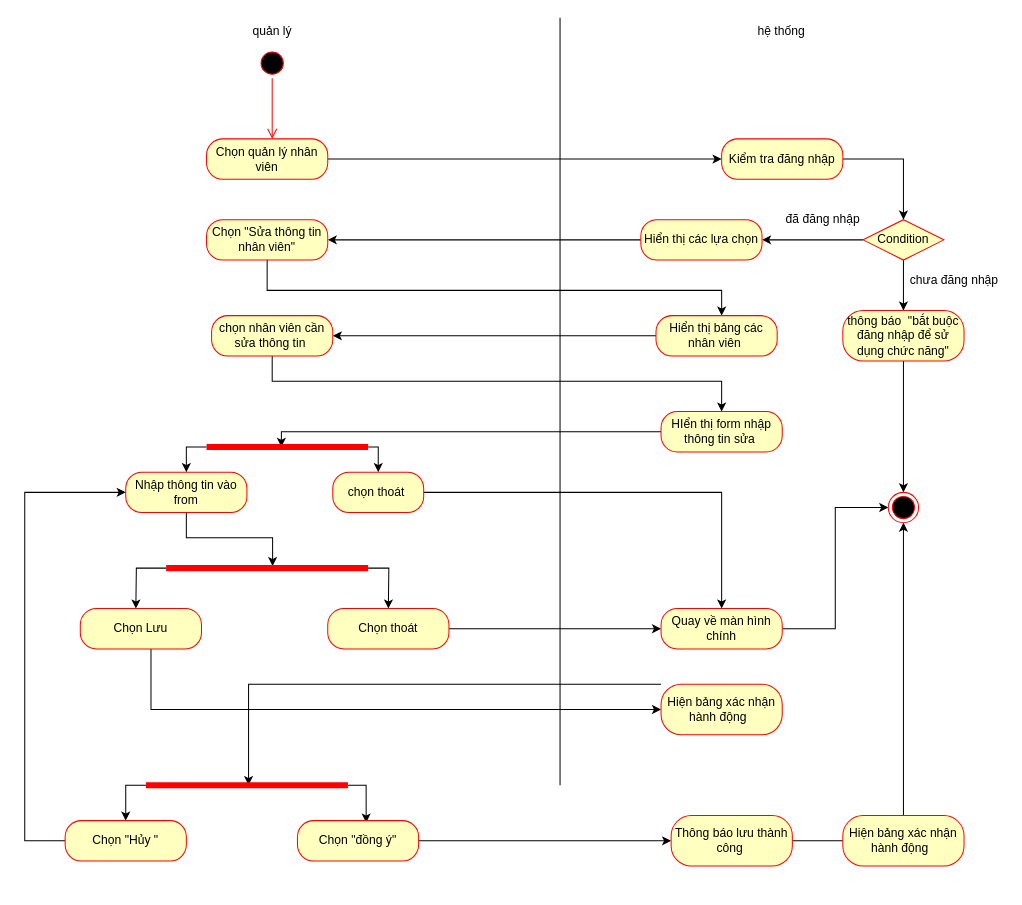
The draw.io diagram page "sửa nv" (1 of 16) of Untitled Diagram.drawio in sonha1/aaaa, before the edit. Source tidied: cells renumbered, new cells numbered last; positions are measured from the earlier drawing's top-left corner, leaving out a move shared by most shapes. Both pictures are drawn from the tidied source at 101%, with x=0, y=0 at pixel (24, 17).
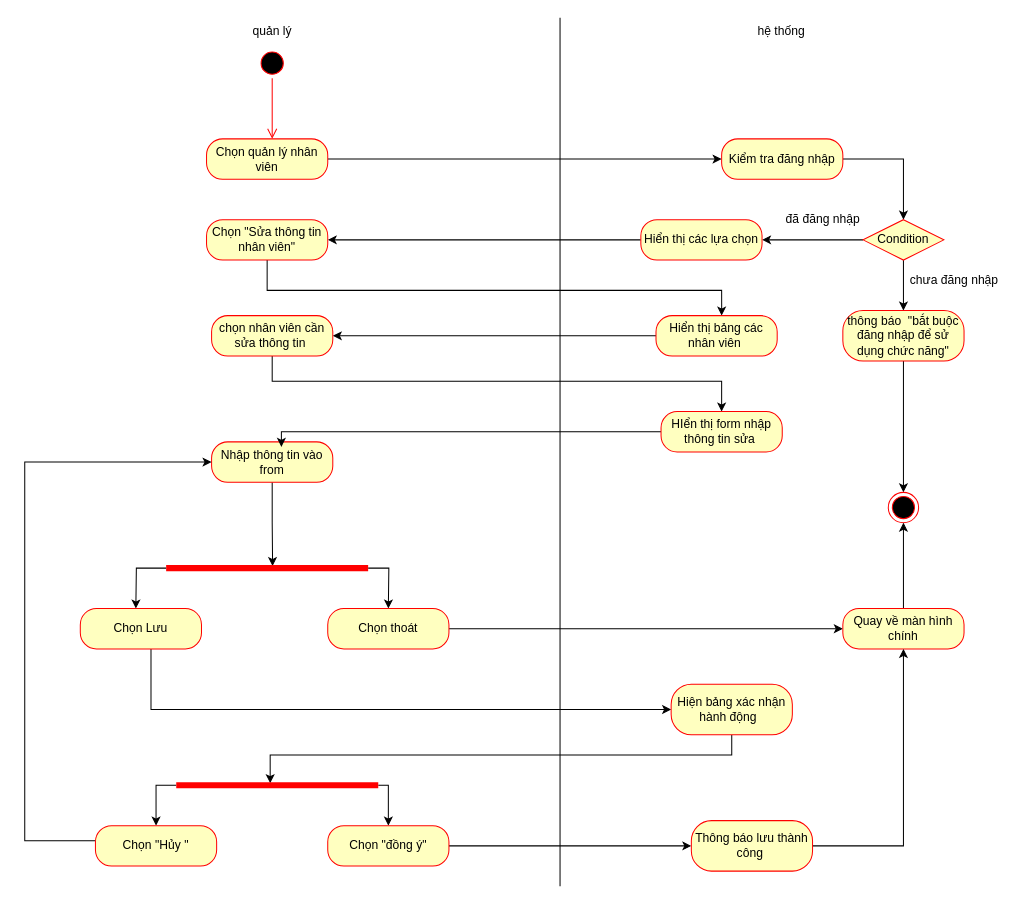
The same diagram, later.

The change refers to these unchanged cells:
```xml
<mxCell id="19" style="ellipse;html=1;shape=endState;fillColor=#000000;strokeColor=#ff0000;" parent="1" vertex="1">
  <mxGeometry x="855" y="470" width="30" height="30" as="geometry" />
</mxCell>
<mxCell id="52" value="HIển thị form nhập thông tin sửa&amp;nbsp;" style="rounded=1;whiteSpace=wrap;html=1;arcSize=40;fontColor=#000000;fillColor=#ffffc0;strokeColor=#ff0000;" parent="1" vertex="1">
  <mxGeometry x="630" y="390" width="120" height="40" as="geometry" />
</mxCell>
```

Change to the diagram source:
```diff
@@
     <mxCell id="4" style="endArrow=none;html=1;edgeStyle=orthogonalEdgeStyle;rounded=0;" parent="1" edge="1">
       <mxGeometry relative="1" as="geometry">
-        <mxPoint x="530" y="760" as="sourcePoint" />
+        <mxPoint x="530" y="860" as="sourcePoint" />
         <mxPoint x="530" as="targetPoint" />
         <Array as="points">
           <mxPoint x="530" />
         </Array>
       </mxGeometry>
     </mxCell>
@@
     <mxCell id="25" value="Nhập thông tin vào from" style="rounded=1;whiteSpace=wrap;html=1;arcSize=40;fontColor=#000000;fillColor=#ffffc0;strokeColor=#ff0000;" parent="1" vertex="1">
-      <mxGeometry x="100" y="450" width="120" height="40" as="geometry" />
+      <mxGeometry x="185" y="420" width="120" height="40" as="geometry" />
     </mxCell>
@@
-    <mxCell id="31" style="edgeStyle=orthogonalEdgeStyle;rounded=0;jettySize=auto;html=1;entryX=0;entryY=0.5;entryDx=0;entryDy=0;" parent="1" edge="1" source="32" target="19">
+    <mxCell id="31" style="edgeStyle=orthogonalEdgeStyle;rounded=0;jettySize=auto;html=1;entryX=0.5;entryY=1;entryDx=0;entryDy=0;" parent="1" edge="1" source="32" target="19">
       <mxGeometry relative="1" as="geometry" />
     </mxCell>
     <mxCell id="32" value="Quay về màn hình chính" style="rounded=1;whiteSpace=wrap;html=1;arcSize=40;fontColor=#000000;fillColor=#ffffc0;strokeColor=#ff0000;" parent="1" vertex="1">
-      <mxGeometry x="630" y="585" width="120" height="40" as="geometry" />
+      <mxGeometry x="810" y="585" width="120" height="40" as="geometry" />
     </mxCell>
@@
-    <mxCell id="35" style="edgeStyle=orthogonalEdgeStyle;rounded=0;jettySize=auto;html=1;entryX=0.508;entryY=0.482;entryDx=0;entryDy=0;entryPerimeter=0;" parent="1" edge="1" source="36" target="40">
+    <mxCell id="35" style="edgeStyle=orthogonalEdgeStyle;rounded=0;jettySize=auto;html=1;entryX=0.535;entryY=0.7;entryDx=0;entryDy=0;entryPerimeter=0;" parent="1" edge="1" source="36" target="40">
       <mxGeometry relative="1" as="geometry">
         <Array as="points">
-          <mxPoint x="690" y="660" />
-          <mxPoint x="232" y="660" />
+          <mxPoint x="700" y="730" />
+          <mxPoint x="243" y="730" />
         </Array>
       </mxGeometry>
     </mxCell>
     <mxCell id="36" value="Hiện bảng xác nhận hành động&amp;nbsp;&amp;nbsp;" style="rounded=1;whiteSpace=wrap;html=1;arcSize=40;fontColor=#000000;fillColor=#ffffc0;strokeColor=#ff0000;" parent="1" vertex="1">
-      <mxGeometry x="630" y="660" width="120" height="50" as="geometry" />
+      <mxGeometry x="640" y="660" width="120" height="50" as="geometry" />
     </mxCell>
@@
     <mxCell id="38" style="edgeStyle=orthogonalEdgeStyle;rounded=0;jettySize=auto;html=1;entryX=0.5;entryY=0;entryDx=0;entryDy=0;" parent="1" edge="1" source="40" target="42">
       <mxGeometry relative="1" as="geometry">
         <Array as="points">
-          <mxPoint x="100" y="760" />
+          <mxPoint x="130" y="760" />
         </Array>
       </mxGeometry>
     </mxCell>
-    <mxCell id="39" style="edgeStyle=orthogonalEdgeStyle;rounded=0;jettySize=auto;html=1;entryX=0.567;entryY=0.05;entryDx=0;entryDy=0;entryPerimeter=0;" parent="1" edge="1" source="40" target="44">
+    <mxCell id="39" style="edgeStyle=orthogonalEdgeStyle;rounded=0;jettySize=auto;html=1;" parent="1" edge="1" source="40" target="44">
       <mxGeometry relative="1" as="geometry">
         <Array as="points">
-          <mxPoint x="338" y="760" />
+          <mxPoint x="360" y="760" />
         </Array>
       </mxGeometry>
     </mxCell>
-    <mxCell id="40" style="shape=line;html=1;strokeWidth=6;strokeColor=#ff0000;" parent="1" vertex="1">
-      <mxGeometry x="120" y="755" width="200" height="10" as="geometry" />
+    <mxCell id="40" style="shape=line;html=1;strokeWidth=6;strokeColor=#ff0000;direction=west;" parent="1" vertex="1">
+      <mxGeometry x="150" y="755" width="200" height="10" as="geometry" />
     </mxCell>
     <mxCell id="41" style="edgeStyle=orthogonalEdgeStyle;rounded=0;jettySize=auto;html=1;entryX=0;entryY=0.5;entryDx=0;entryDy=0;" parent="1" edge="1" source="42" target="25">
       <mxGeometry relative="1" as="geometry">
         <Array as="points">
           <mxPoint y="815" />
-          <mxPoint y="470" />
+          <mxPoint y="440" />
         </Array>
       </mxGeometry>
     </mxCell>
     <mxCell id="42" value="Chọn &quot;Hủy &quot;" style="rounded=1;whiteSpace=wrap;html=1;arcSize=40;fontColor=#000000;fillColor=#ffffc0;strokeColor=#ff0000;" parent="1" vertex="1">
-      <mxGeometry x="40" y="795" width="120" height="40" as="geometry" />
+      <mxGeometry x="70" y="800" width="120" height="40" as="geometry" />
     </mxCell>
     <mxCell id="43" style="edgeStyle=orthogonalEdgeStyle;rounded=0;jettySize=auto;html=1;entryX=0;entryY=0.5;entryDx=0;entryDy=0;" parent="1" edge="1" source="44" target="46">
-      <mxGeometry relative="1" as="geometry" />
+      <mxGeometry relative="1" as="geometry">
+        <Array as="points">
+          <mxPoint x="640" y="820" />
+        </Array>
+      </mxGeometry>
     </mxCell>
     <mxCell id="44" value="Chọn &quot;đồng ý&quot;" style="rounded=1;whiteSpace=wrap;html=1;arcSize=40;fontColor=#000000;fillColor=#ffffc0;strokeColor=#ff0000;" parent="1" vertex="1">
-      <mxGeometry x="270" y="795" width="120" height="40" as="geometry" />
+      <mxGeometry x="300" y="800" width="120" height="40" as="geometry" />
     </mxCell>
-    <mxCell id="45" style="edgeStyle=orthogonalEdgeStyle;rounded=0;jettySize=auto;html=1;" parent="1" edge="1" source="46">
-      <mxGeometry relative="1" as="geometry">
-        <mxPoint x="820" y="815" as="targetPoint" />
-      </mxGeometry>
-    </mxCell>
+    <mxCell id="58" style="edgeStyle=orthogonalEdgeStyle;rounded=0;jettySize=auto;html=1;entryX=0.5;entryY=1;entryDx=0;entryDy=0;" parent="1" edge="1" source="46" target="32">
+      <mxGeometry relative="1" as="geometry" />
+    </mxCell>
     <mxCell id="46" value="Thông báo lưu thành công&amp;nbsp;" style="rounded=1;whiteSpace=wrap;html=1;arcSize=40;fontColor=#000000;fillColor=#ffffc0;strokeColor=#ff0000;" parent="1" vertex="1">
-      <mxGeometry x="640" y="790" width="120" height="50" as="geometry" />
+      <mxGeometry x="660" y="795" width="120" height="50" as="geometry" />
     </mxCell>
-    <mxCell id="47" style="edgeStyle=orthogonalEdgeStyle;rounded=0;jettySize=auto;html=1;entryX=0.5;entryY=1;entryDx=0;entryDy=0;" parent="1" edge="1" source="48" target="19">
-      <mxGeometry relative="1" as="geometry" />
-    </mxCell>
-    <mxCell id="48" value="Hiện bảng xác nhận hành động&amp;nbsp;&amp;nbsp;" style="rounded=1;whiteSpace=wrap;html=1;arcSize=40;fontColor=#000000;fillColor=#ffffc0;strokeColor=#ff0000;" parent="1" vertex="1">
-      <mxGeometry x="810" y="790" width="120" height="50" as="geometry" />
-    </mxCell>
@@
-    <mxCell id="51" style="edgeStyle=orthogonalEdgeStyle;rounded=0;jettySize=auto;html=1;entryX=0.463;entryY=0.5;entryDx=0;entryDy=0;entryPerimeter=0;" parent="1" edge="1" source="52" target="57">
+    <mxCell id="51" style="edgeStyle=orthogonalEdgeStyle;rounded=0;jettySize=auto;html=1;entryX=0.463;entryY=0.5;entryDx=0;entryDy=0;entryPerimeter=0;" parent="1" edge="1" source="52">
       <mxGeometry relative="1" as="geometry">
+        <mxPoint x="254.1" y="425" as="targetPoint" />
         <Array as="points">
           <mxPoint x="254" y="410" />
         </Array>
       </mxGeometry>
     </mxCell>
@@
-    <mxCell id="53" style="edgeStyle=orthogonalEdgeStyle;rounded=0;jettySize=auto;html=1;" parent="1" edge="1" source="54" target="32">
-      <mxGeometry relative="1" as="geometry" />
-    </mxCell>
-    <mxCell id="54" value="chọn thoát&amp;nbsp;" style="rounded=1;whiteSpace=wrap;html=1;arcSize=40;fontColor=#000000;fillColor=#ffffc0;strokeColor=#ff0000;" parent="1" vertex="1">
-      <mxGeometry x="305" y="450" width="90" height="40" as="geometry" />
-    </mxCell>
-    <mxCell id="55" style="edgeStyle=orthogonalEdgeStyle;rounded=0;jettySize=auto;html=1;" parent="1" edge="1" source="57" target="54">
-      <mxGeometry relative="1" as="geometry">
-        <Array as="points">
-          <mxPoint x="350" y="425" />
-        </Array>
-      </mxGeometry>
-    </mxCell>
-    <mxCell id="56" style="edgeStyle=orthogonalEdgeStyle;rounded=0;jettySize=auto;html=1;entryX=0.5;entryY=0;entryDx=0;entryDy=0;" parent="1" edge="1" source="57" target="25">
-      <mxGeometry relative="1" as="geometry">
-        <Array as="points">
-          <mxPoint x="160" y="425" />
-        </Array>
-      </mxGeometry>
-    </mxCell>
-    <mxCell id="57" style="shape=line;html=1;strokeWidth=6;strokeColor=#ff0000;" parent="1" vertex="1">
-      <mxGeometry x="180" y="420" width="160" height="10" as="geometry" />
-    </mxCell>
```
